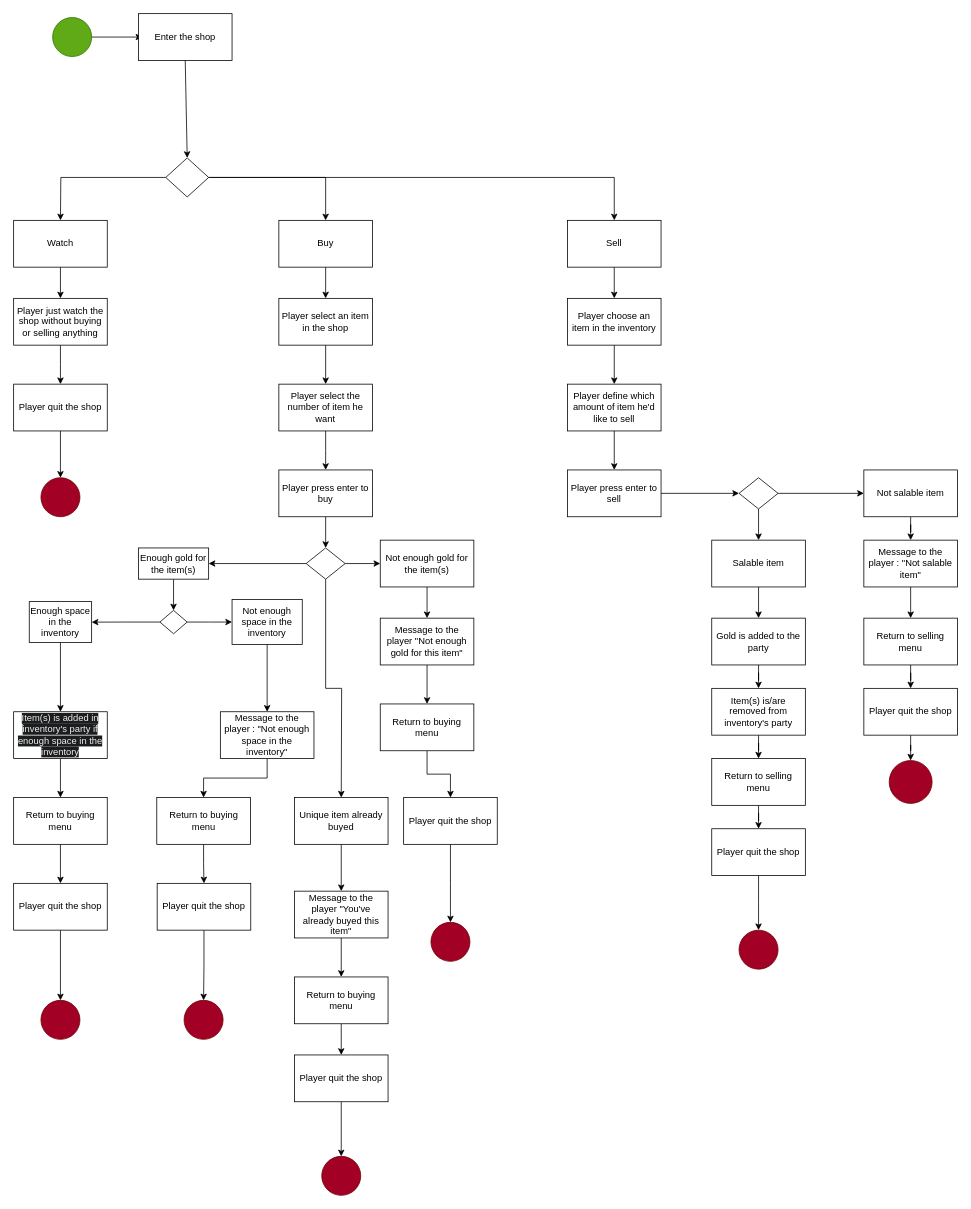
This is Diagram/Diagramme UserCases Shop.drawio from JordanMufc/POO-STJ, a draw.io file, before an edit. Source tidied: cells renumbered, new cells numbered last; positions are measured from the earlier drawing's top-left corner, leaving out a move shared by most shapes. Both pictures are drawn from the tidied source at 78%, with x=0, y=0 at pixel (13, 13).
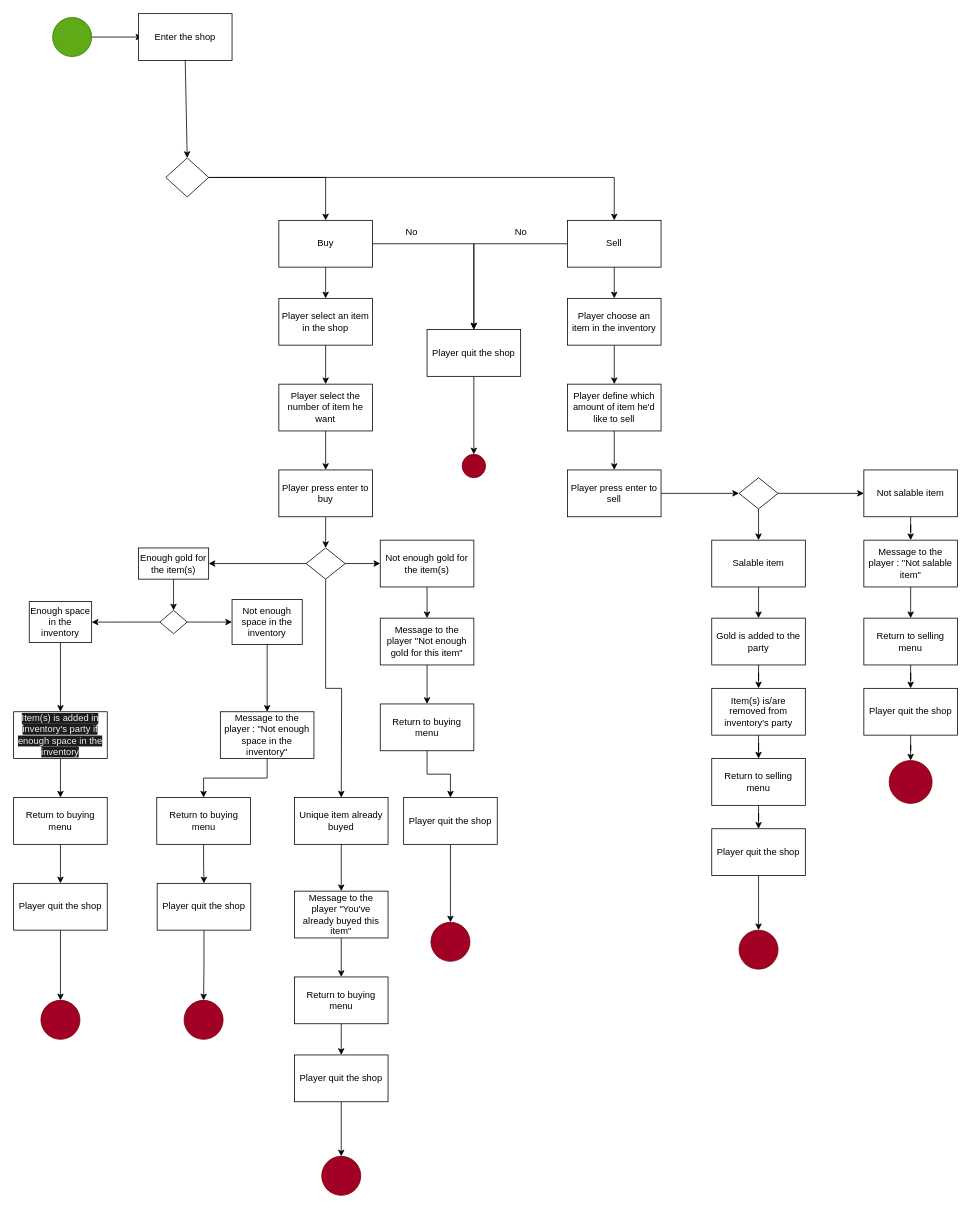
Above is the later version.

Commit message (it also covers changes not shown here):
IMP : Diagramme UserCases Shop

Unchanged cells that the change refers to:
```xml
<mxCell id="8" style="rhombus;whiteSpace=wrap;html=1;" parent="1" vertex="1">
  <mxGeometry x="195" y="185" width="55" height="50" as="geometry" />
</mxCell>
<mxCell id="13" value="Sell" style="rounded=0;whiteSpace=wrap;html=1;" parent="1" vertex="1">
  <mxGeometry x="710" y="265" width="120" height="60" as="geometry" />
</mxCell>
<mxCell id="15" value="Buy" style="rounded=0;whiteSpace=wrap;html=1;" parent="1" vertex="1">
  <mxGeometry x="340" y="265" width="120" height="60" as="geometry" />
</mxCell>
```

What changed in the source:
```diff
@@
-    <mxCell id="5" style="edgeStyle=orthogonalEdgeStyle;rounded=0;jettySize=auto;html=1;exitX=0;exitY=0.5;exitDx=0;exitDy=0;" parent="1" edge="1" source="8">
-      <mxGeometry relative="1" as="geometry">
-        <mxPoint x="60" y="265" as="targetPoint" />
-      </mxGeometry>
-    </mxCell>
@@
-    <mxCell id="10" style="edgeStyle=orthogonalEdgeStyle;rounded=0;jettySize=auto;html=1;" parent="1" edge="1" source="11" target="17">
-      <mxGeometry relative="1" as="geometry" />
-    </mxCell>
-    <mxCell id="11" value="Watch" style="rounded=0;whiteSpace=wrap;html=1;" parent="1" vertex="1">
-      <mxGeometry y="265" width="120" height="60" as="geometry" />
-    </mxCell>
@@
+    <mxCell id="101" style="edgeStyle=orthogonalEdgeStyle;rounded=0;jettySize=auto;html=1;entryX=0.5;entryY=0;entryDx=0;entryDy=0;" parent="1" edge="1" source="13" target="19">
+      <mxGeometry relative="1" as="geometry" />
+    </mxCell>
@@
+    <mxCell id="102" style="edgeStyle=orthogonalEdgeStyle;rounded=0;jettySize=auto;html=1;entryX=0.5;entryY=0;entryDx=0;entryDy=0;" parent="1" edge="1" source="15" target="19">
+      <mxGeometry relative="1" as="geometry" />
+    </mxCell>
@@
-    <mxCell id="16" style="edgeStyle=orthogonalEdgeStyle;rounded=0;jettySize=auto;html=1;" parent="1" edge="1" source="17">
-      <mxGeometry relative="1" as="geometry">
-        <mxPoint x="60" y="475" as="targetPoint" />
-      </mxGeometry>
-    </mxCell>
-    <mxCell id="17" value="Player just watch the shop without buying or selling anything" style="rounded=0;whiteSpace=wrap;html=1;" parent="1" vertex="1">
-      <mxGeometry y="365" width="120" height="60" as="geometry" />
-    </mxCell>
-    <mxCell id="18" style="edgeStyle=orthogonalEdgeStyle;rounded=0;jettySize=auto;html=1;" parent="1" edge="1" source="19" target="20">
-      <mxGeometry relative="1" as="geometry" />
-    </mxCell>
+    <mxCell id="103" style="edgeStyle=orthogonalEdgeStyle;rounded=0;jettySize=auto;html=1;" parent="1" edge="1" source="19" target="106">
+      <mxGeometry relative="1" as="geometry" />
+    </mxCell>
     <mxCell id="19" value="Player quit the shop" style="rounded=0;whiteSpace=wrap;html=1;" parent="1" vertex="1">
-      <mxGeometry y="475" width="120" height="60" as="geometry" />
+      <mxGeometry x="530" y="405" width="120" height="60" as="geometry" />
     </mxCell>
-    <mxCell id="20" style="ellipse;whiteSpace=wrap;html=1;fillColor=#a20025;fontColor=#ffffff;strokeColor=#6F0000;" parent="1" vertex="1">
-      <mxGeometry x="35" y="595" width="50" height="50" as="geometry" />
-    </mxCell>
@@
+    <mxCell id="104" value="No" style="text;html=1;align=center;verticalAlign=middle;strokeColor=none;fillColor=none;" parent="1" vertex="1">
+      <mxGeometry x="490" y="265" width="40" height="30" as="geometry" />
+    </mxCell>
+    <mxCell id="105" value="No" style="text;html=1;align=center;verticalAlign=middle;strokeColor=none;fillColor=none;" parent="1" vertex="1">
+      <mxGeometry x="630" y="265" width="40" height="30" as="geometry" />
+    </mxCell>
+    <mxCell id="106" style="ellipse;whiteSpace=wrap;html=1;fillColor=#a20025;fontColor=#ffffff;strokeColor=#6F0000;" parent="1" vertex="1">
+      <mxGeometry x="575" y="565" width="30" height="30" as="geometry" />
+    </mxCell>
```
